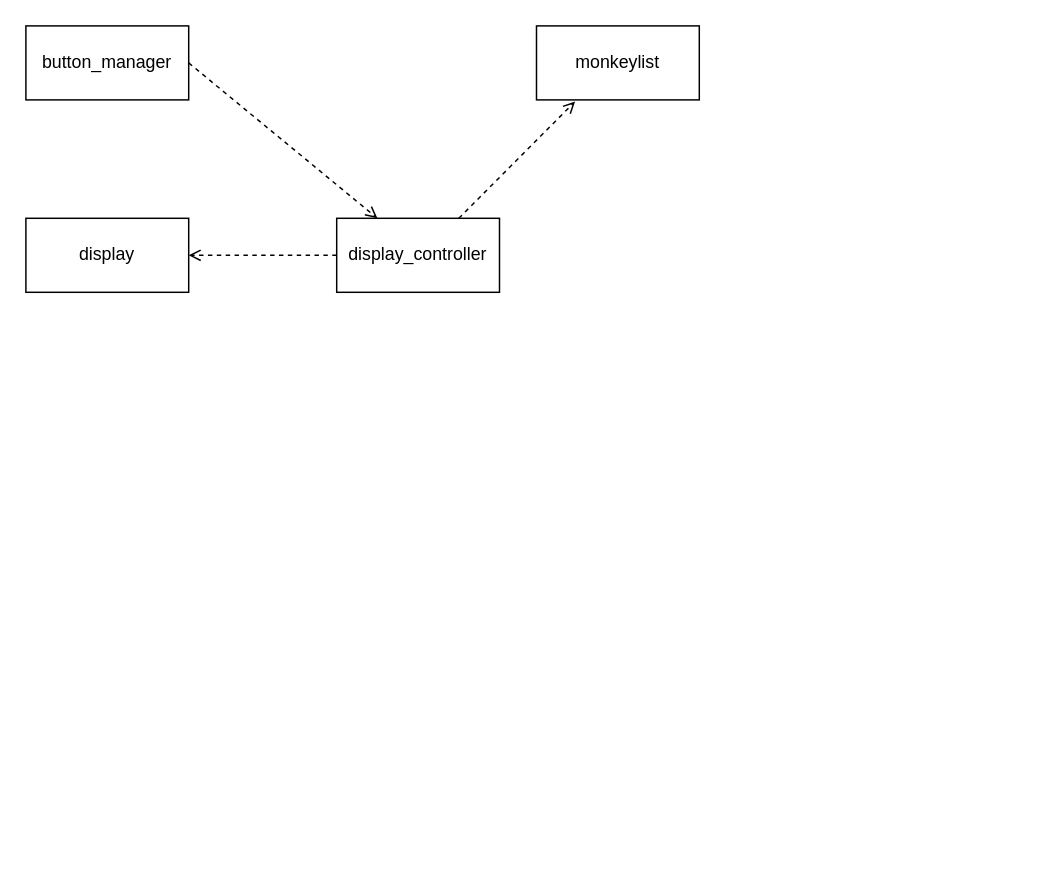
Earlier version of the draw.io diagram uml/class_general.drawio (DrinkDark/Master_PI_BLE-Booster). Source tidied: cells renumbered, new cells numbered last; positions are measured from the earlier drawing's top-left corner, leaving out a move shared by most shapes. Both pictures are drawn from the tidied source at 148%, with x=0, y=0 at pixel (25, 25).
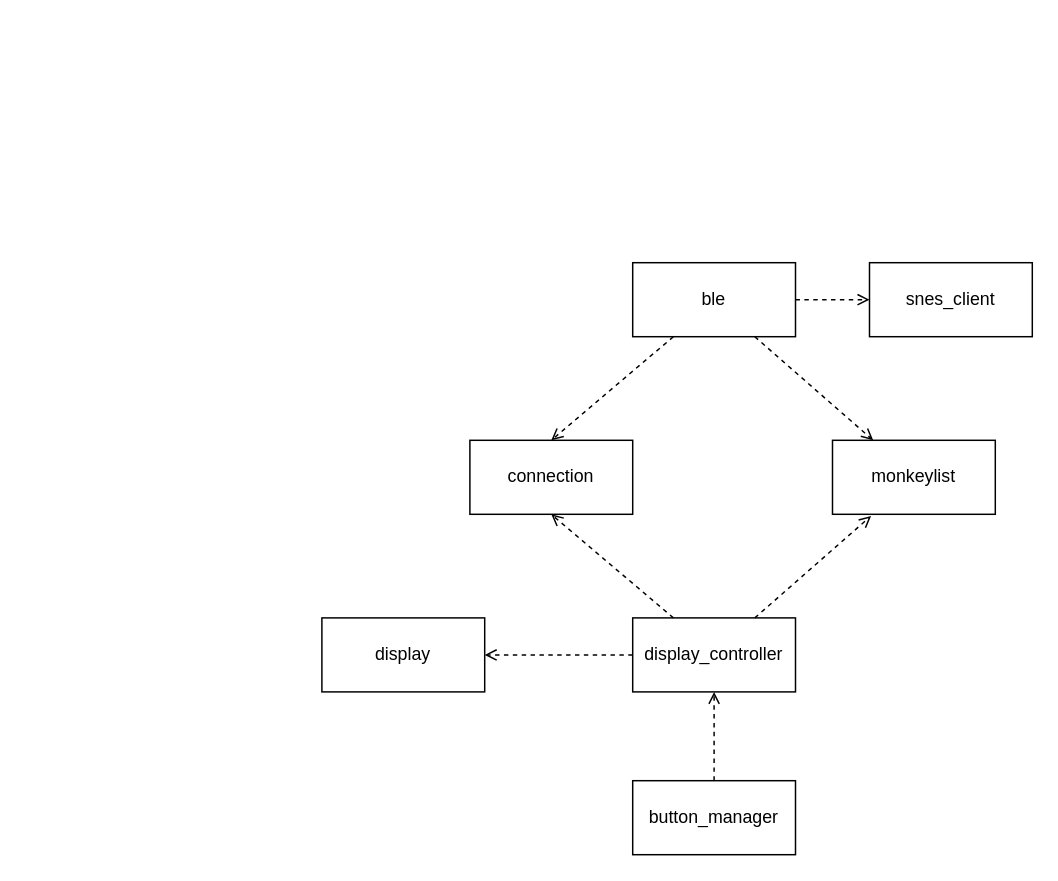
Above is the later version.

Commit message (it also covers changes not shown here):
ble and snes_client added

Change to the diagram source:
```diff
@@
 <mxGraphModel>
   <root>
     <mxCell id="0" />
     <mxCell id="1" parent="0" />
     <mxCell id="2" value="&lt;div&gt;display&lt;/div&gt;" style="html=1;whiteSpace=wrap;" parent="1" vertex="1">
-      <mxGeometry y="130" width="110" height="50" as="geometry" />
+      <mxGeometry x="200" y="400" width="110" height="50" as="geometry" />
     </mxCell>
     <mxCell id="3" style="edgeStyle=orthogonalEdgeStyle;rounded=0;jettySize=auto;html=1;exitX=0;exitY=0.5;exitDx=0;exitDy=0;entryX=1;entryY=0.5;entryDx=0;entryDy=0;dashed=1;startArrow=none;startFill=0;endArrow=open;endFill=0;" parent="1" edge="1" source="4" target="2">
       <mxGeometry relative="1" as="geometry" />
     </mxCell>
     <mxCell id="4" value="display_controller" style="html=1;whiteSpace=wrap;" parent="1" vertex="1">
-      <mxGeometry x="210" y="130" width="110" height="50" as="geometry" />
+      <mxGeometry x="410" y="400" width="110" height="50" as="geometry" />
     </mxCell>
     <mxCell id="5" value="monkeylist" style="html=1;whiteSpace=wrap;" parent="1" vertex="1">
-      <mxGeometry x="345" width="110" height="50" as="geometry" />
+      <mxGeometry x="545" y="280" width="110" height="50" as="geometry" />
     </mxCell>
-    <mxCell id="6" style="rounded=0;jettySize=auto;html=1;exitX=1;exitY=0.5;exitDx=0;exitDy=0;entryX=0.25;entryY=0;entryDx=0;entryDy=0;dashed=1;endArrow=open;endFill=0;" parent="1" edge="1" source="7" target="4">
-      <mxGeometry relative="1" as="geometry" />
-    </mxCell>
     <mxCell id="7" value="button_manager" style="html=1;whiteSpace=wrap;" parent="1" vertex="1">
-      <mxGeometry width="110" height="50" as="geometry" />
+      <mxGeometry x="410" y="510" width="110" height="50" as="geometry" />
     </mxCell>
     <mxCell id="8" style="rounded=0;jettySize=auto;html=1;exitX=0.75;exitY=0;exitDx=0;exitDy=0;entryX=0.237;entryY=1.022;entryDx=0;entryDy=0;entryPerimeter=0;endArrow=open;endFill=0;dashed=1;" parent="1" edge="1" source="4" target="5">
       <mxGeometry relative="1" as="geometry" />
     </mxCell>
+    <mxCell id="9" value="&lt;div&gt;ble&lt;/div&gt;" style="html=1;whiteSpace=wrap;" parent="1" vertex="1">
+      <mxGeometry x="410" y="160" width="110" height="50" as="geometry" />
+    </mxCell>
+    <mxCell id="10" style="rounded=0;jettySize=auto;html=1;exitX=0.75;exitY=1;exitDx=0;exitDy=0;entryX=0.25;entryY=0;entryDx=0;entryDy=0;endArrow=open;endFill=0;dashed=1;" parent="1" edge="1" source="9" target="5">
+      <mxGeometry relative="1" as="geometry" />
+    </mxCell>
+    <mxCell id="11" value="connection" style="html=1;whiteSpace=wrap;" parent="1" vertex="1">
+      <mxGeometry x="300" y="280" width="110" height="50" as="geometry" />
+    </mxCell>
+    <mxCell id="12" style="rounded=0;jettySize=auto;html=1;exitX=0.25;exitY=1;exitDx=0;exitDy=0;entryX=0.5;entryY=0;entryDx=0;entryDy=0;endArrow=open;endFill=0;dashed=1;" parent="1" edge="1" source="9" target="11">
+      <mxGeometry relative="1" as="geometry" />
+    </mxCell>
+    <mxCell id="13" value="&lt;div&gt;snes_client&lt;/div&gt;" style="html=1;whiteSpace=wrap;" parent="1" vertex="1">
+      <mxGeometry x="570" y="160" width="110" height="50" as="geometry" />
+    </mxCell>
+    <mxCell id="14" style="rounded=0;jettySize=auto;html=1;exitX=1;exitY=0.5;exitDx=0;exitDy=0;entryX=0;entryY=0.5;entryDx=0;entryDy=0;endArrow=open;endFill=0;dashed=1;" parent="1" edge="1" source="9" target="13">
+      <mxGeometry relative="1" as="geometry" />
+    </mxCell>
+    <mxCell id="15" style="rounded=0;jettySize=auto;html=1;exitX=0.25;exitY=0;exitDx=0;exitDy=0;entryX=0.5;entryY=1;entryDx=0;entryDy=0;endArrow=open;endFill=0;dashed=1;" parent="1" edge="1" source="4" target="11">
+      <mxGeometry relative="1" as="geometry" />
+    </mxCell>
+    <mxCell id="6" style="rounded=0;jettySize=auto;html=1;exitX=0.5;exitY=0;exitDx=0;exitDy=0;entryX=0.5;entryY=1;entryDx=0;entryDy=0;endArrow=open;endFill=0;dashed=1;" parent="1" edge="1" source="7" target="4">
+      <mxGeometry relative="1" as="geometry" />
+    </mxCell>
   </root>
 </mxGraphModel>
```
